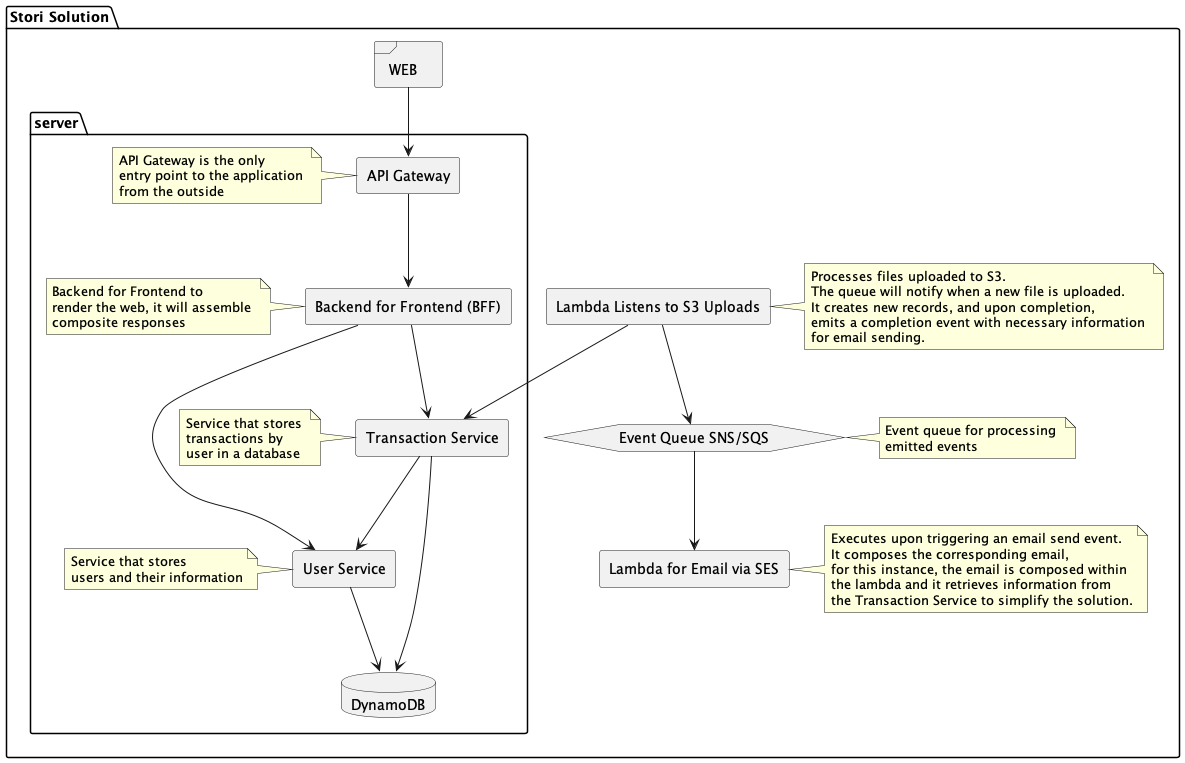
The PlantUML diagram documentation/Achitecture.png in Wcamaly/stori, before a commit. Source of this version:
```plantuml
@startuml
package "Stori Solution" {

  frame WEB
  rectangle "Lambda Listens to S3 Uploads" as LBD_S3

  rectangle "Lambda for Email via SES" as LBD_SES


  hexagon "Event Queue SNS/SQS" as EQ_SQS

  package server {
    rectangle "Transaction Service" as TS
    rectangle "User Service" as US
    rectangle "API Gateway" as AG
    rectangle "Backend for Frontend (BFF)" as BFF
    database "DynamoDB" as DB

    note left of (AG)
      API Gateway is the only
      entry point to the application
      from the outside
    end note

    note left of (BFF)
      Backend for Frontend to
      render the web, it will assemble
      composite responses
    end note

    note left of (TS)
      Service that stores
      transactions by
      user in a database
    end note

    note left of (US)
      Service that stores
      users and their information
    end note
  }

  note right of (EQ_SQS)
    Event queue for processing
    emitted events
  end note

  note right of (LBD_S3)
    Processes files uploaded to S3.
    The queue will notify when a new file is uploaded.
    It creates new records, and upon completion,
    emits a completion event with necessary information
    for email sending.
  end note

  note right of (LBD_SES)
    Executes upon triggering an email send event.
    It composes the corresponding email,
    for this instance, the email is composed within
    the lambda and it retrieves information from
    the Transaction Service to simplify the solution.
  end note

  WEB --> AG
  AG --> BFF
  BFF --> US
  BFF --> TS
  LBD_S3 --> TS
  TS --> DB
  US --> DB
  TS --> US
  LBD_S3 --> EQ_SQS
  EQ_SQS --> LBD_SES

}
@enduml
```
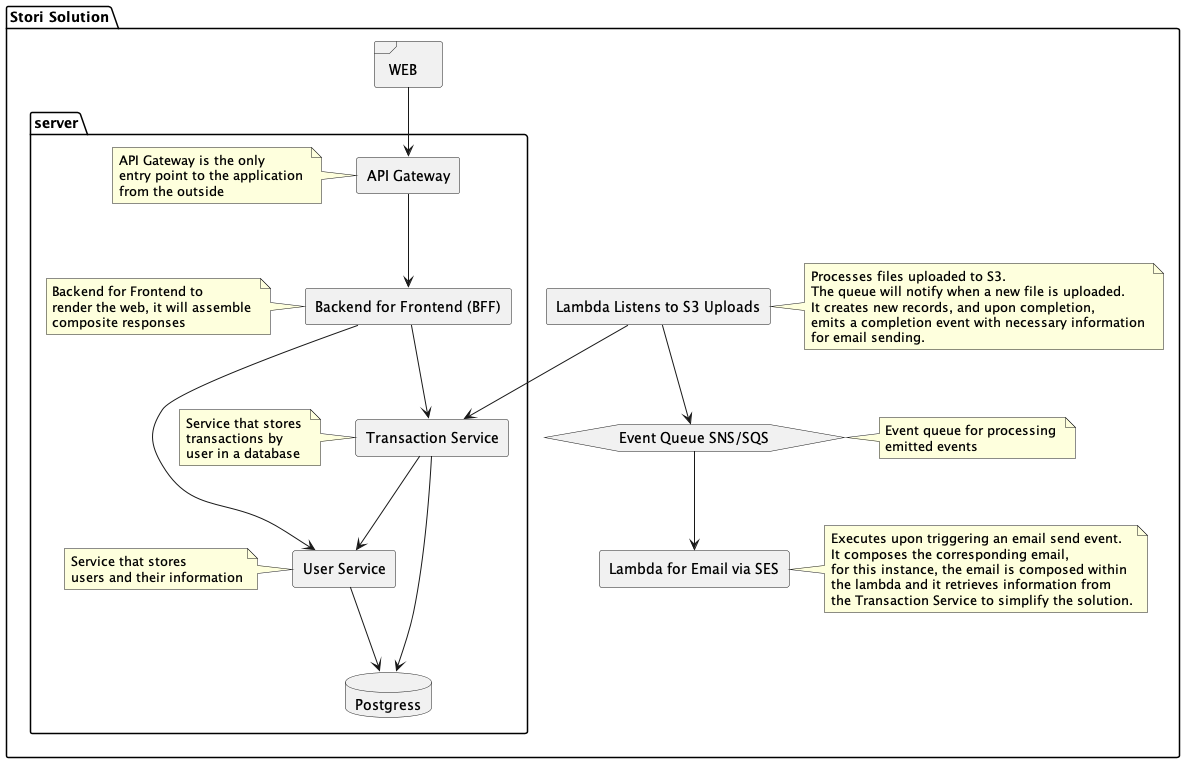
After the change.

Commit message:
Update documentation and architectural diagrams

The edit, as a diff of the source:
```diff
@@ -14,7 +14,7 @@
     rectangle "User Service" as US
     rectangle "API Gateway" as AG
     rectangle "Backend for Frontend (BFF)" as BFF
-    database "DynamoDB" as DB
+    database "Postgress" as DB
 
     note left of (AG)
       API Gateway is the only
```
